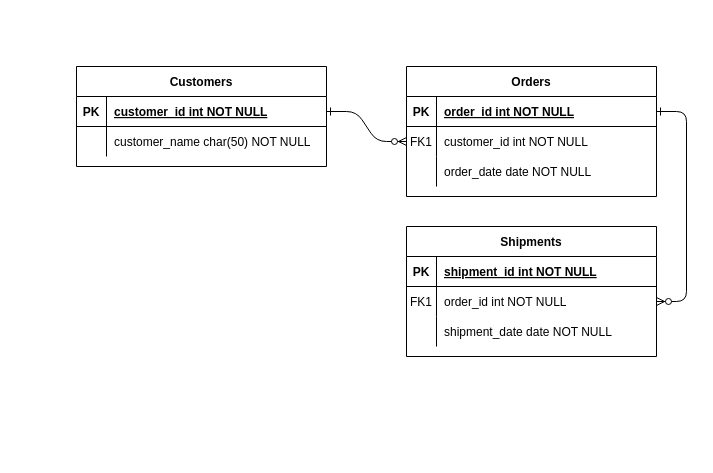
The draw.io diagram wason.drawio in lingpengzhou/diagrams.io, before the edit. Source tidied: cells renumbered, new cells numbered last; positions are measured from the earlier drawing's top-left corner, leaving out a move shared by most shapes. Both pictures are drawn from the tidied source at 100%, with x=0, y=0 at pixel (76, 66).
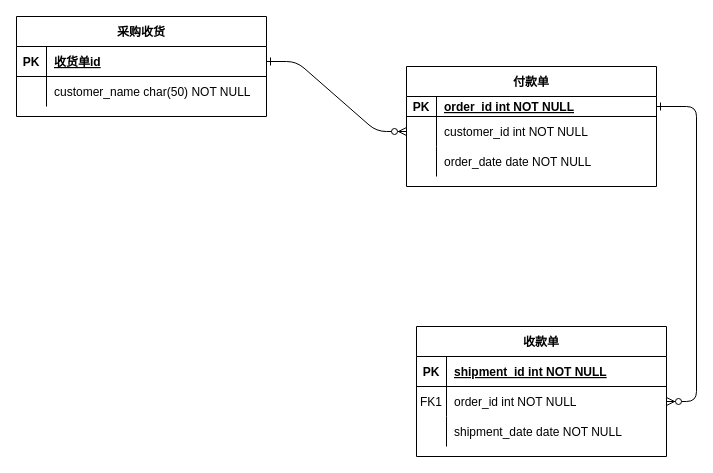
Above is the later version.

The change refers to these unchanged cells:
```xml
<mxCell id="25" style="shape=partialRectangle;fillColor=none;points=[[0,0.5],[1,0.5]];portConstraint=eastwest;top=0;left=0;right=0;bottom=1;" parent="24" vertex="1">
  <mxGeometry y="30" width="250" height="30" as="geometry" />
</mxCell>
```

Change to the diagram source:
```diff
@@
-    <mxCell id="4" value="Orders" style="shape=table;startSize=30;childLayout=tableLayout;rowLines=0;fontStyle=1;align=center;" parent="1" vertex="1">
-      <mxGeometry x="330" width="250" height="130" as="geometry" />
+    <mxCell id="4" value="付款单" style="shape=table;startSize=30;childLayout=tableLayout;rowLines=0;fontStyle=1;align=center;" parent="1" vertex="1">
+      <mxGeometry x="330" width="250" height="120" as="geometry" />
     </mxCell>
     <mxCell id="5" style="shape=partialRectangle;fillColor=none;points=[[0,0.5],[1,0.5]];portConstraint=eastwest;top=0;left=0;right=0;bottom=1;" parent="4" vertex="1">
-      <mxGeometry y="30" width="250" height="30" as="geometry" />
+      <mxGeometry y="30" width="250" height="20" as="geometry" />
     </mxCell>
     <mxCell id="6" value="PK" style="shape=partialRectangle;overflow=hidden;fillColor=none;top=0;left=0;bottom=0;right=0;fontStyle=1;" parent="5" vertex="1">
-      <mxGeometry width="30" height="30" as="geometry" />
+      <mxGeometry width="30" height="20" as="geometry" />
     </mxCell>
     <mxCell id="7" value="order_id int NOT NULL " style="shape=partialRectangle;overflow=hidden;fillColor=none;top=0;left=0;bottom=0;right=0;align=left;spacingLeft=6;fontStyle=5;" parent="5" vertex="1">
-      <mxGeometry x="30" width="220" height="30" as="geometry" />
+      <mxGeometry x="30" width="220" height="20" as="geometry" />
     </mxCell>
     <mxCell id="8" style="shape=partialRectangle;fillColor=none;points=[[0,0.5],[1,0.5]];portConstraint=eastwest;top=0;left=0;right=0;bottom=0;" parent="4" vertex="1">
-      <mxGeometry y="60" width="250" height="30" as="geometry" />
+      <mxGeometry y="50" width="250" height="30" as="geometry" />
     </mxCell>
-    <mxCell id="9" value="FK1" style="shape=partialRectangle;overflow=hidden;fillColor=none;top=0;left=0;bottom=0;right=0;" parent="8" vertex="1">
+    <mxCell id="9" style="shape=partialRectangle;overflow=hidden;fillColor=none;top=0;left=0;bottom=0;right=0;" parent="8" vertex="1">
       <mxGeometry width="30" height="30" as="geometry" />
     </mxCell>
@@
     <mxCell id="11" style="shape=partialRectangle;fillColor=none;top=0;left=0;right=0;bottom=0;" parent="4" vertex="1">
-      <mxGeometry y="90" width="250" height="30" as="geometry" />
+      <mxGeometry y="80" width="250" height="30" as="geometry" />
     </mxCell>
@@
-    <mxCell id="14" value="Shipments" style="shape=table;startSize=30;childLayout=tableLayout;rowLines=0;fontStyle=1;align=center;" parent="1" vertex="1">
-      <mxGeometry x="330" y="160" width="250" height="130" as="geometry" />
+    <mxCell id="14" value="收款单" style="shape=table;startSize=30;childLayout=tableLayout;rowLines=0;fontStyle=1;align=center;" parent="1" vertex="1">
+      <mxGeometry x="340" y="260" width="250" height="130" as="geometry" />
     </mxCell>
@@
-    <mxCell id="24" value="Customers" style="shape=table;startSize=30;childLayout=tableLayout;rowLines=0;fontStyle=1;align=center;" parent="1" vertex="1">
-      <mxGeometry width="250" height="100" as="geometry" />
+    <mxCell id="24" value="采购收货" style="shape=table;startSize=30;childLayout=tableLayout;rowLines=0;fontStyle=1;align=center;" parent="1" vertex="1">
+      <mxGeometry x="-60" y="-50" width="250" height="100" as="geometry" />
     </mxCell>
@@
-    <mxCell id="27" value="customer_id int NOT NULL " style="shape=partialRectangle;overflow=hidden;fillColor=none;top=0;left=0;bottom=0;right=0;align=left;spacingLeft=6;fontStyle=5;" parent="25" vertex="1">
+    <mxCell id="27" value="收货单id" style="shape=partialRectangle;overflow=hidden;fillColor=none;top=0;left=0;bottom=0;right=0;align=left;spacingLeft=6;fontStyle=5;" parent="25" vertex="1">
       <mxGeometry x="30" width="220" height="30" as="geometry" />
     </mxCell>
```
